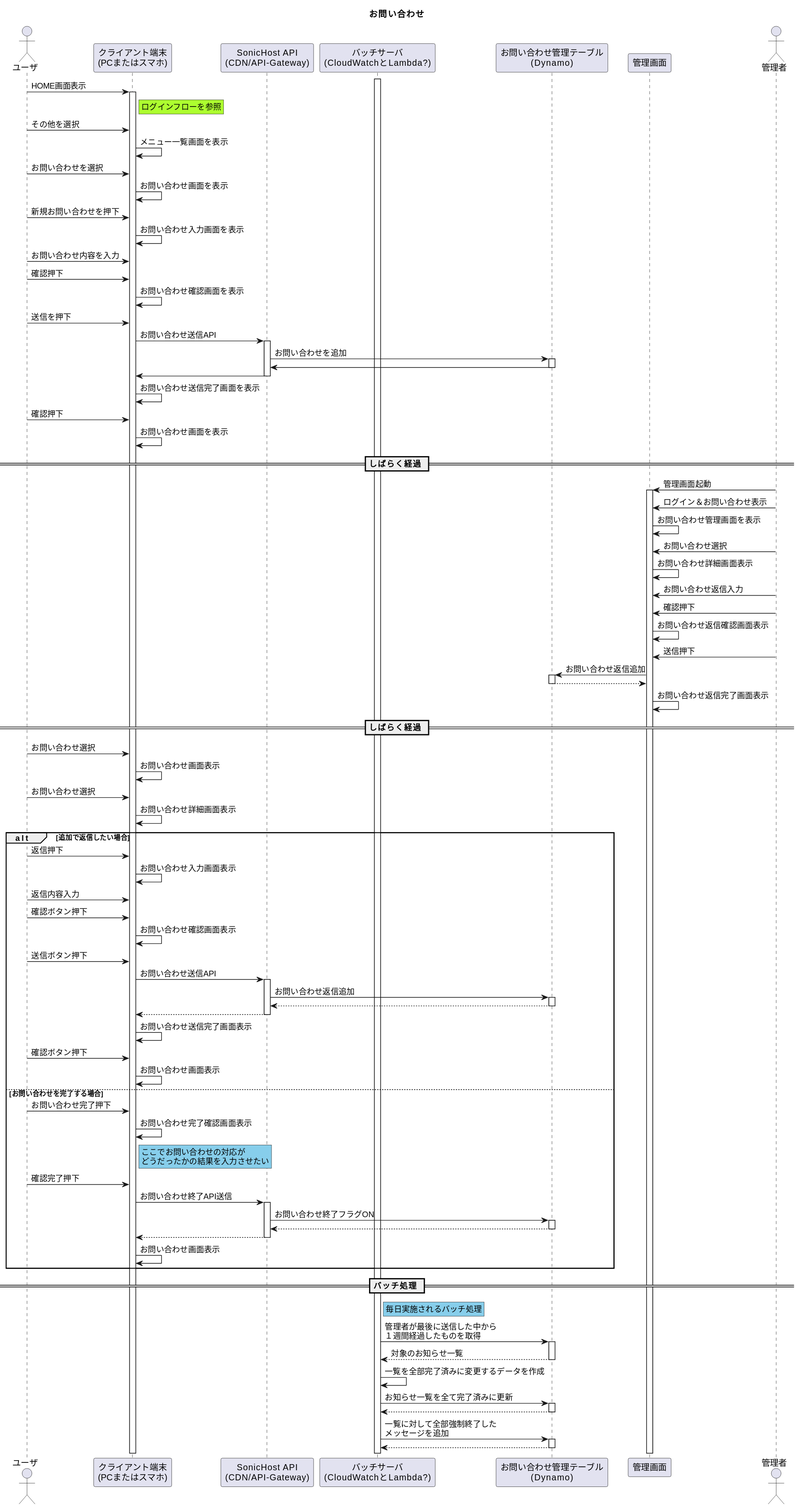
Sonic-Host/documents keeps this PlantUML diagram as 01_Sequences/99_Others/02_Contact/contactFlow.svg. Above is the earlier version.
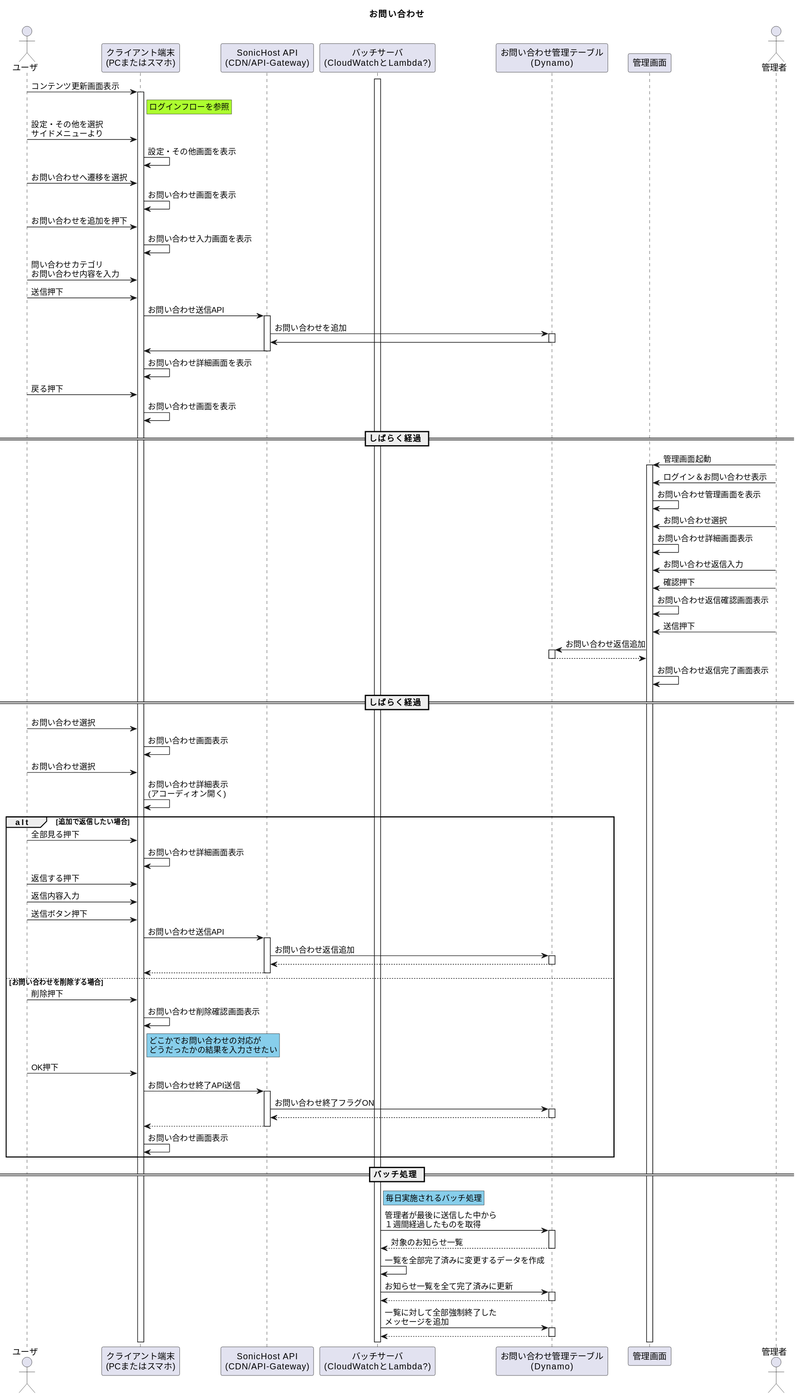
The same file after the commit.

The edit, as a diff of the source:
```diff
@@ -11,26 +11,24 @@
 participant "管理画面" as adminApp
 actor "管理者" as adminUser
 
-user -> device ++: HOME画面表示
+user -> device ++: コンテンツ更新画面表示
 rnote right of device #GreenYellow
     ログインフローを参照
 end note
-user -> device : その他を選択
-device -> device : メニュー一覧画面を表示
-user -> device : お問い合わせを選択
+user -> device : 設定・その他を選択\nサイドメニューより
+device -> device : 設定・その他画面を表示
+user -> device : お問い合わせへ遷移を選択
 device -> device : お問い合わせ画面を表示
-user -> device : 新規お問い合わせを押下
+user -> device : お問い合わせを追加を押下
 device -> device : お問い合わせ入力画面を表示
-user -> device : お問い合わせ内容を入力
-user -> device : 確認押下
-device -> device : お問い合わせ確認画面を表示
-user -> device : 送信を押下
+user -> device : 問い合わせカテゴリ\nお問い合わせ内容を入力
+user -> device : 送信押下
 device -> api ++ : お問い合わせ送信API
 api -> dynamo ++ : お問い合わせを追加
 api <- dynamo --
 device <- api --
-device -> device : お問い合わせ送信完了画面を表示
-user -> device : 確認押下
+device -> device : お問い合わせ詳細画面を表示
+user -> device : 戻る押下
 device -> device : お問い合わせ画面を表示
 
 == しばらく経過 ==
@@ -53,29 +51,25 @@
 user -> device : お問い合わせ選択
 device -> device : お問い合わせ画面表示
 user -> device : お問い合わせ選択
-device -> device : お問い合わせ詳細画面表示
+device -> device : お問い合わせ詳細表示\n(アコーディオン開く)
 alt 追加で返信したい場合
-    user -> device : 返信押下
-    device -> device : お問い合わせ入力画面表示
+    user -> device : 全部見る押下
+    device -> device : お問い合わせ詳細画面表示
+    user -> device : 返信する押下
     user -> device : 返信内容入力
-    user -> device : 確認ボタン押下
-    device -> device : お問い合わせ確認画面表示
     user -> device : 送信ボタン押下
     device -> api ++ : お問い合わせ送信API
     api -> dynamo ++ : お問い合わせ返信追加
     api <-- dynamo --
     device <-- api --
-    device -> device : お問い合わせ送信完了画面表示
-    user -> device : 確認ボタン押下
-    device -> device : お問い合わせ画面表示
-else お問い合わせを完了する場合
-    user -> device : お問い合わせ完了押下
-    device -> device : お問い合わせ完了確認画面表示
+else お問い合わせを削除する場合
+    user -> device : 削除押下
+    device -> device : お問い合わせ削除確認画面表示
     rnote right of device #SkyBlue
-        ここでお問い合わせの対応が
+        どこかでお問い合わせの対応が
         どうだったかの結果を入力させたい
     end note
-    user -> device : 確認完了押下
+    user -> device : OK押下
     device -> api ++ : お問い合わせ終了API送信
     api -> dynamo ++ : お問い合わせ終了フラグON
     api <-- dynamo --
```
